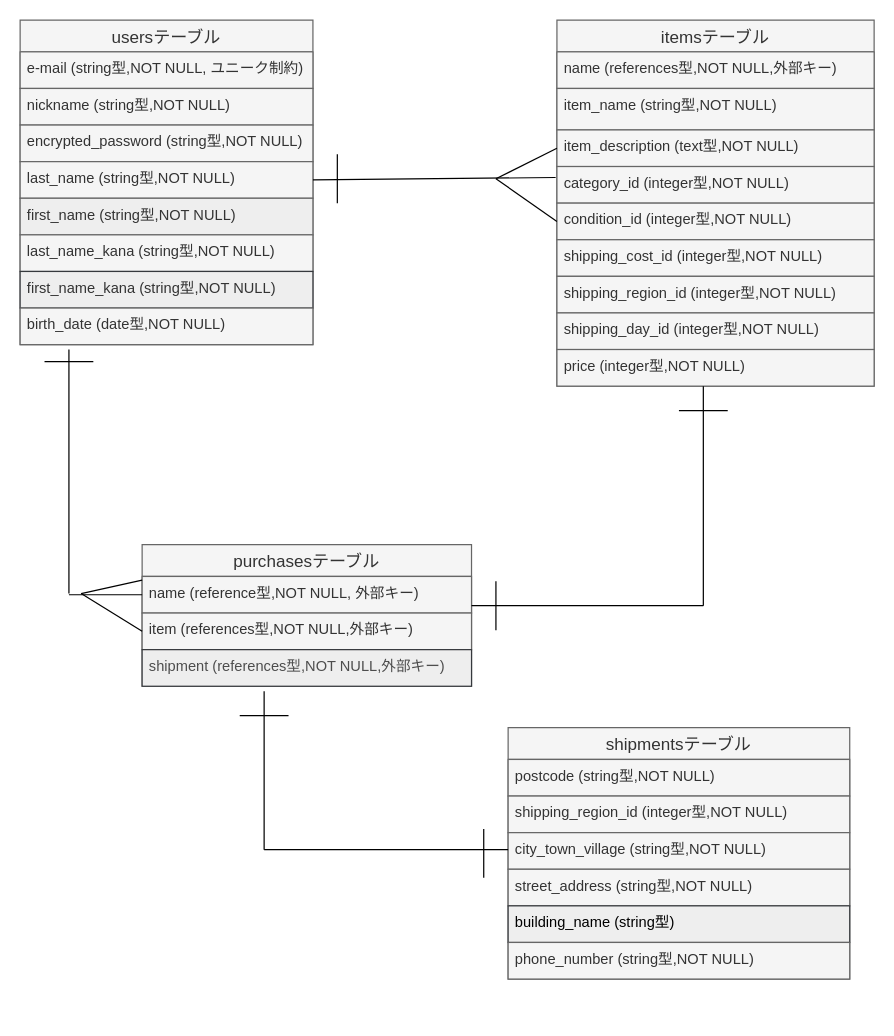
The draw.io diagram er.dio in BR9-2020/furima-39597, before the edit. Source tidied: cells renumbered, new cells numbered last; positions are measured from the earlier drawing's top-left corner, leaving out a move shared by most shapes. Both pictures are drawn from the tidied source at 122%, with x=0, y=0 at pixel (20, 20).
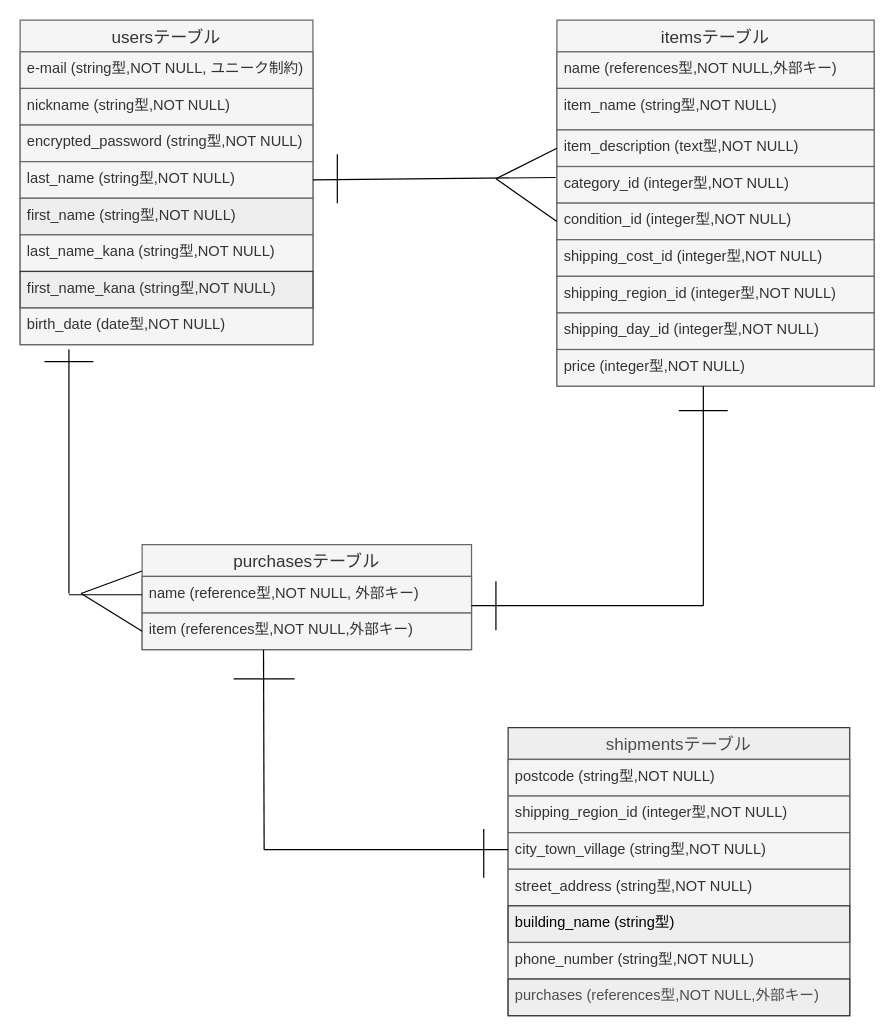
Above is the later version.

Change to the diagram source:
```diff
@@
     <mxCell id="21" value="purchasesテーブル" style="swimlane;fontStyle=0;horizontal=1;startSize=26;align=center;fontSize=14;fillColor=#f5f5f5;fontColor=#333333;strokeColor=#666666;" parent="1" vertex="1">
-      <mxGeometry x="100" y="430" width="270" height="116" as="geometry" />
+      <mxGeometry x="100" y="430" width="270" height="86" as="geometry" />
     </mxCell>
@@
-    <mxCell id="24" value="shipment (references型,NOT NULL,外部キー)" style="text;strokeColor=#36393d;fillColor=#eeeeee;spacingLeft=4;spacingRight=4;overflow=hidden;fontSize=12;fontColor=#4D4D4D;" parent="21" vertex="1">
-      <mxGeometry y="86" width="270" height="30" as="geometry" />
-    </mxCell>
-    <mxCell id="25" value="shipmentsテーブル" style="swimlane;fontStyle=0;horizontal=1;startSize=26;align=center;fontSize=14;fillColor=#f5f5f5;fontColor=#333333;strokeColor=#666666;" parent="1" vertex="1">
-      <mxGeometry x="400" y="580" width="280" height="206" as="geometry" />
+    <mxCell id="25" value="shipmentsテーブル" style="swimlane;fontStyle=0;horizontal=1;startSize=26;align=center;fontSize=14;fillColor=#eeeeee;strokeColor=#36393d;fontColor=#4D4D4D;" parent="1" vertex="1">
+      <mxGeometry x="400" y="580" width="280" height="236" as="geometry" />
     </mxCell>
@@
+    <mxCell id="49" value="purchases (references型,NOT NULL,外部キー)" style="text;strokeColor=#36393d;fillColor=#eeeeee;spacingLeft=4;spacingRight=4;overflow=hidden;fontSize=12;fontColor=#4D4D4D;" parent="25" vertex="1">
+      <mxGeometry y="206" width="280" height="30" as="geometry" />
+    </mxCell>
@@
     <mxCell id="46" style="endArrow=none;html=1;rounded=0;strokeColor=default;strokeWidth=1;" parent="1" edge="1">
       <mxGeometry relative="1" as="geometry">
-        <mxPoint x="200" y="550" as="sourcePoint" />
+        <mxPoint x="199.5" y="516" as="sourcePoint" />
         <mxPoint x="200" y="680" as="targetPoint" />
       </mxGeometry>
     </mxCell>
     <mxCell id="47" style="endArrow=none;html=1;rounded=0;strokeColor=default;strokeWidth=1;" parent="1" edge="1">
       <mxGeometry relative="1" as="geometry">
-        <mxPoint x="180" y="570" as="sourcePoint" />
-        <mxPoint x="220" y="570" as="targetPoint" />
+        <mxPoint x="175" y="540" as="sourcePoint" />
+        <mxPoint x="225" y="540" as="targetPoint" />
       </mxGeometry>
     </mxCell>
```
